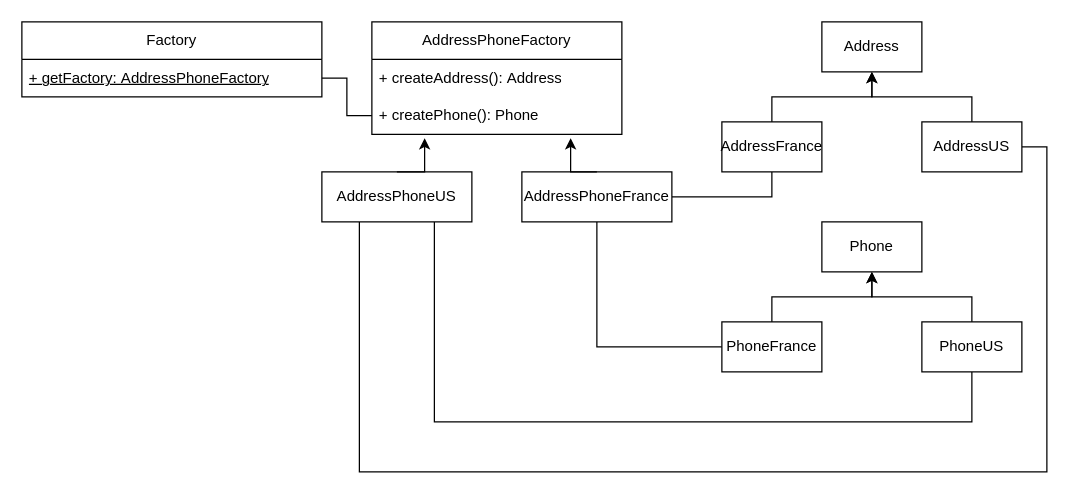
Earlier version of the draw.io diagram Программная_инженерия.drawio (knorke102/schemes). Source tidied: cells renumbered, new cells numbered last; positions are measured from the earlier drawing's top-left corner, leaving out a move shared by most shapes. Both pictures are drawn from the tidied source at 125%, with x=0, y=0 at pixel (21, 21).
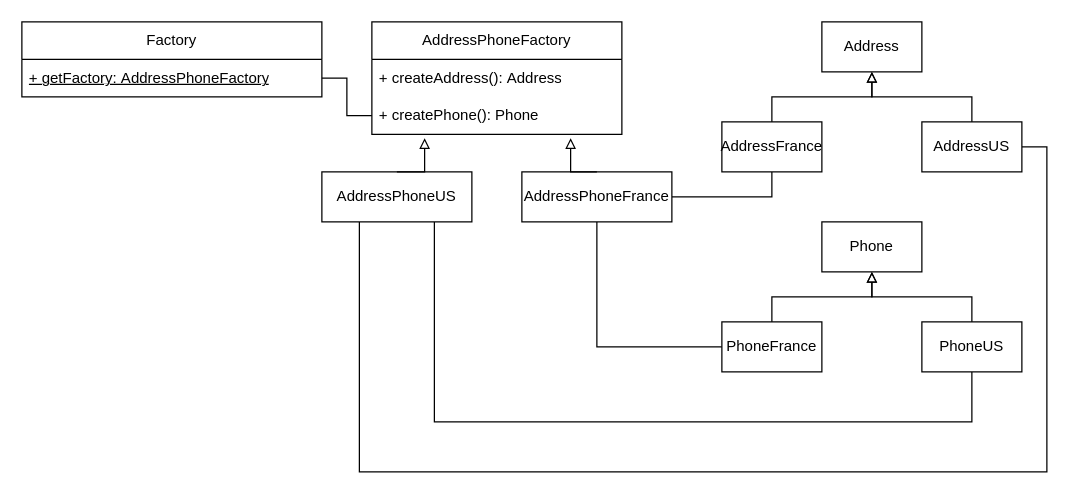
The same page after the edit.

Unchanged cells that the change refers to:
```xml
<mxCell id="5" value="AddressPhoneUS" style="rounded=0;whiteSpace=wrap;html=1;" parent="1" vertex="1">
  <mxGeometry x="240" y="120" width="120" height="40" as="geometry" />
</mxCell>
<mxCell id="8" value="+&amp;nbsp;createPhone():&amp;nbsp;Phone" style="text;strokeColor=none;fillColor=none;align=left;verticalAlign=middle;spacingLeft=4;spacingRight=4;overflow=hidden;points=[[0,0.5],[1,0.5]];portConstraint=eastwest;whiteSpace=wrap;html=1;" parent="6" vertex="1">
  <mxGeometry y="60" width="200" height="30" as="geometry" />
</mxCell>
<mxCell id="13" value="AddressPhoneFrance" style="rounded=0;whiteSpace=wrap;html=1;" parent="1" vertex="1">
  <mxGeometry x="400" y="120" width="120" height="40" as="geometry" />
</mxCell>
<mxCell id="16" value="Address" style="rounded=0;whiteSpace=wrap;html=1;" parent="1" vertex="1">
  <mxGeometry x="640" width="80" height="40" as="geometry" />
</mxCell>
<mxCell id="17" value="Phone" style="rounded=0;whiteSpace=wrap;html=1;" parent="1" vertex="1">
  <mxGeometry x="640" y="160" width="80" height="40" as="geometry" />
</mxCell>
<mxCell id="19" value="AddressUS" style="rounded=0;whiteSpace=wrap;html=1;" parent="1" vertex="1">
  <mxGeometry x="720" y="80" width="80" height="40" as="geometry" />
</mxCell>
<mxCell id="21" value="PhoneUS" style="rounded=0;whiteSpace=wrap;html=1;" parent="1" vertex="1">
  <mxGeometry x="720" y="240" width="80" height="40" as="geometry" />
</mxCell>
<mxCell id="23" value="AddressFrance" style="rounded=0;whiteSpace=wrap;html=1;" parent="1" vertex="1">
  <mxGeometry x="560" y="80" width="80" height="40" as="geometry" />
</mxCell>
<mxCell id="25" value="PhoneFrance" style="rounded=0;whiteSpace=wrap;html=1;" parent="1" vertex="1">
  <mxGeometry x="560" y="240" width="80" height="40" as="geometry" />
</mxCell>
```

Change to the diagram source:
```diff
@@
-    <mxCell id="14" style="edgeStyle=orthogonalEdgeStyle;rounded=0;jettySize=auto;html=1;exitX=0.5;exitY=0;exitDx=0;exitDy=0;entryX=0.211;entryY=1.1;entryDx=0;entryDy=0;entryPerimeter=0;" parent="1" edge="1" source="5" target="8">
+    <mxCell id="14" style="edgeStyle=orthogonalEdgeStyle;rounded=0;jettySize=auto;html=1;exitX=0.5;exitY=0;exitDx=0;exitDy=0;entryX=0.211;entryY=1.1;entryDx=0;entryDy=0;entryPerimeter=0;endArrow=block;endFill=0;" parent="1" edge="1" source="5" target="8">
       <mxGeometry relative="1" as="geometry" />
     </mxCell>
-    <mxCell id="15" style="edgeStyle=orthogonalEdgeStyle;rounded=0;jettySize=auto;html=1;exitX=0.5;exitY=0;exitDx=0;exitDy=0;entryX=0.795;entryY=1.1;entryDx=0;entryDy=0;entryPerimeter=0;" parent="1" edge="1" source="13" target="8">
+    <mxCell id="15" style="edgeStyle=orthogonalEdgeStyle;rounded=0;jettySize=auto;html=1;exitX=0.5;exitY=0;exitDx=0;exitDy=0;entryX=0.795;entryY=1.1;entryDx=0;entryDy=0;entryPerimeter=0;endArrow=block;endFill=0;" parent="1" edge="1" source="13" target="8">
       <mxGeometry relative="1" as="geometry" />
     </mxCell>
@@
-    <mxCell id="18" style="edgeStyle=orthogonalEdgeStyle;rounded=0;jettySize=auto;html=1;exitX=0.5;exitY=0;exitDx=0;exitDy=0;entryX=0.5;entryY=1;entryDx=0;entryDy=0;" parent="1" edge="1" source="19" target="16">
+    <mxCell id="18" style="edgeStyle=orthogonalEdgeStyle;rounded=0;jettySize=auto;html=1;exitX=0.5;exitY=0;exitDx=0;exitDy=0;entryX=0.5;entryY=1;entryDx=0;entryDy=0;endArrow=block;endFill=0;" parent="1" edge="1" source="19" target="16">
       <mxGeometry relative="1" as="geometry" />
     </mxCell>
@@
-    <mxCell id="20" style="edgeStyle=orthogonalEdgeStyle;rounded=0;jettySize=auto;html=1;exitX=0.5;exitY=0;exitDx=0;exitDy=0;entryX=0.5;entryY=1;entryDx=0;entryDy=0;" parent="1" edge="1" source="21" target="17">
+    <mxCell id="20" style="edgeStyle=orthogonalEdgeStyle;rounded=0;jettySize=auto;html=1;exitX=0.5;exitY=0;exitDx=0;exitDy=0;entryX=0.5;entryY=1;entryDx=0;entryDy=0;endArrow=block;endFill=0;" parent="1" edge="1" source="21" target="17">
       <mxGeometry relative="1" as="geometry" />
     </mxCell>
@@
-    <mxCell id="22" style="edgeStyle=orthogonalEdgeStyle;rounded=0;jettySize=auto;html=1;exitX=0.5;exitY=0;exitDx=0;exitDy=0;entryX=0.5;entryY=1;entryDx=0;entryDy=0;" parent="1" edge="1" source="23" target="16">
+    <mxCell id="22" style="edgeStyle=orthogonalEdgeStyle;rounded=0;jettySize=auto;html=1;exitX=0.5;exitY=0;exitDx=0;exitDy=0;entryX=0.5;entryY=1;entryDx=0;entryDy=0;endArrow=block;endFill=0;" parent="1" edge="1" source="23" target="16">
       <mxGeometry relative="1" as="geometry" />
     </mxCell>
@@
-    <mxCell id="24" style="edgeStyle=orthogonalEdgeStyle;rounded=0;jettySize=auto;html=1;exitX=0.5;exitY=0;exitDx=0;exitDy=0;entryX=0.5;entryY=1;entryDx=0;entryDy=0;" parent="1" edge="1" source="25" target="17">
+    <mxCell id="24" style="edgeStyle=orthogonalEdgeStyle;rounded=0;jettySize=auto;html=1;exitX=0.5;exitY=0;exitDx=0;exitDy=0;entryX=0.5;entryY=1;entryDx=0;entryDy=0;endArrow=block;endFill=0;" parent="1" edge="1" source="25" target="17">
       <mxGeometry relative="1" as="geometry" />
     </mxCell>
```
